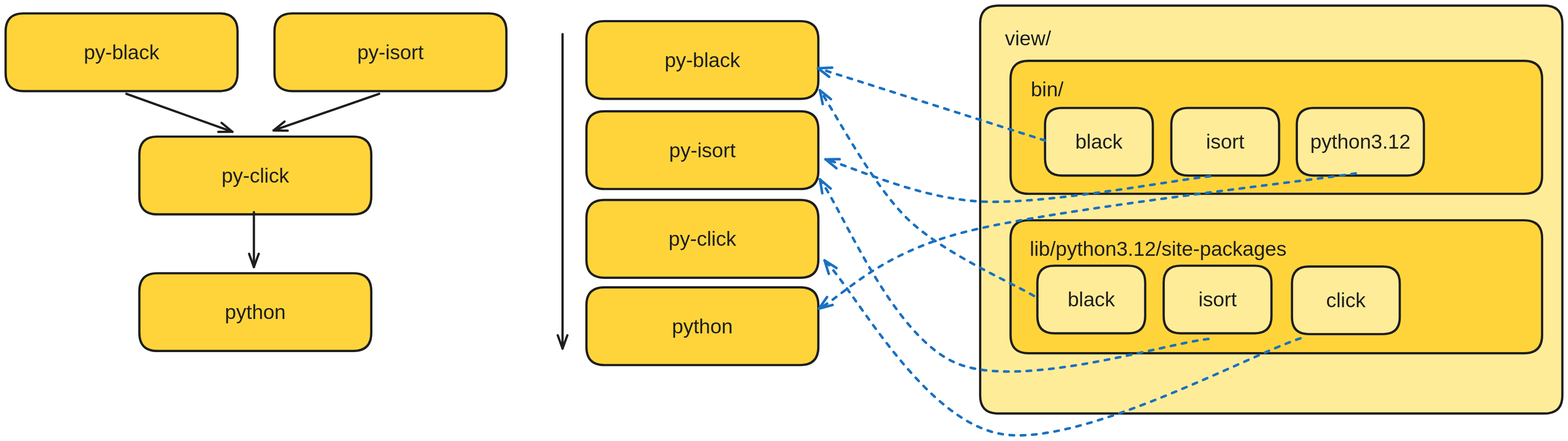
Before: dist/images/create-view.svg, a diagram exported from Excalidraw (spack/spack-cscs2024). Source tidied: one line per element, renumbered; positions are measured from the earlier drawing's top-left corner, leaving out a move shared by most shapes.
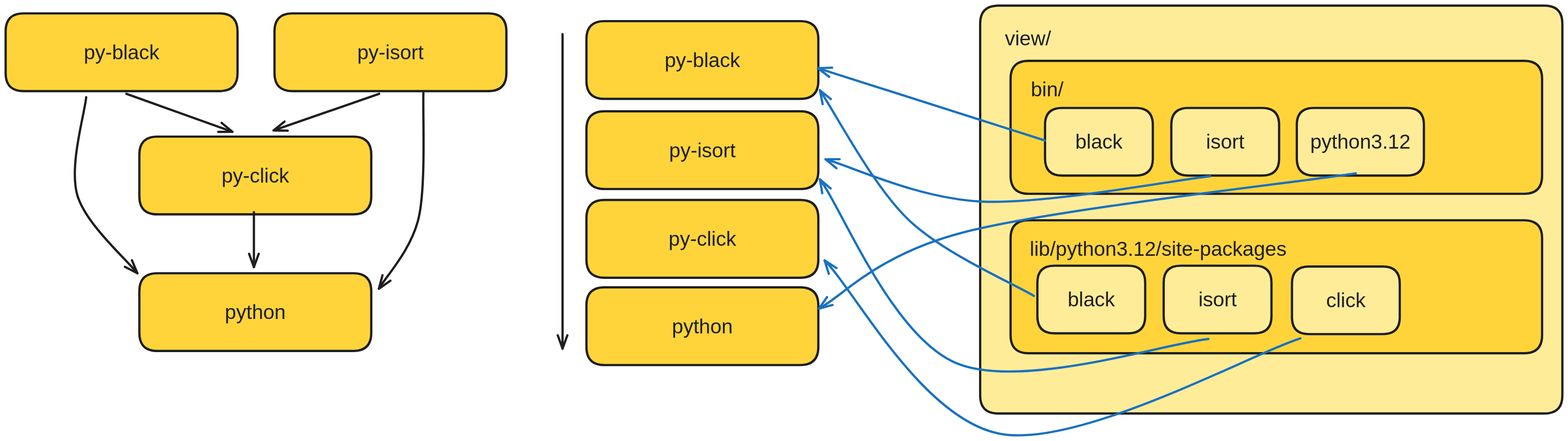
The same diagram one commit later.

The edit, as a diff of the source:
```diff
@@ -36,9 +36,11 @@
 {"id": 35, "type": "text", "text": "click", "strokeColor": "#1e1e1e", "backgroundColor": "#ffec99", "fillStyle": "solid", "strokeWidth": 4, "roughness": 0, "fontSize": 36, "fontFamily": 2, "textAlign": "center", "verticalAlign": "middle", "inside": 34, "x": 2345, "y": 502, "width": 70, "height": 41}
 {"id": 36, "type": "rectangle", "strokeColor": "#1e1e1e", "backgroundColor": "#ffec99", "fillStyle": "solid", "strokeWidth": 4, "roughness": 0, "round": true, "x": 2293, "y": 182, "width": 226, "height": 120}
 {"id": 37, "type": "text", "text": "python3.12", "strokeColor": "#1e1e1e", "backgroundColor": "#ffec99", "fillStyle": "solid", "strokeWidth": 4, "roughness": 0, "fontSize": 36, "fontFamily": 2, "textAlign": "center", "verticalAlign": "middle", "inside": 36, "x": 2317, "y": 221, "width": 178, "height": 41}
-{"id": 38, "type": "arrow", "strokeColor": "#1971c2", "backgroundColor": "#ffec99", "fillStyle": "solid", "strokeWidth": 4, "strokeStyle": "dashed", "roughness": 0, "endArrowhead": "arrow", "round": true, "from": 26, "to": 11, "x": 1846, "y": 239, "width": 403, "height": 128, "points": [[0, 0], [-403, -128]]}
+{"id": 38, "type": "arrow", "strokeColor": "#1971c2", "backgroundColor": "#ffec99", "fillStyle": "solid", "strokeWidth": 4, "roughness": 0, "endArrowhead": "arrow", "round": true, "from": 26, "to": 11, "x": 1846, "y": 239, "width": 403, "height": 128, "points": [[0, 0], [-403, -128]]}
-{"id": 39, "type": "arrow", "strokeColor": "#1971c2", "backgroundColor": "#ffec99", "fillStyle": "solid", "strokeWidth": 4, "strokeStyle": "dashed", "roughness": 0, "endArrowhead": "arrow", "round": true, "from": 28, "to": 13, "x": 2140, "y": 303, "width": 683, "height": 75, "points": [[0, 0], [-405, 45], [-683, -30]]}
+{"id": 39, "type": "arrow", "strokeColor": "#1971c2", "backgroundColor": "#ffec99", "fillStyle": "solid", "strokeWidth": 4, "roughness": 0, "endArrowhead": "arrow", "round": true, "from": 28, "to": 13, "x": 2140, "y": 303, "width": 683, "height": 75, "points": [[0, 0], [-405, 45], [-683, -30]]}
-{"id": 40, "type": "arrow", "strokeColor": "#1971c2", "backgroundColor": "#ffec99", "fillStyle": "solid", "strokeWidth": 4, "strokeStyle": "dashed", "roughness": 0, "endArrowhead": "arrow", "round": true, "from": 36, "to": 17, "x": 2398, "y": 298, "width": 953, "height": 240, "points": [[0, 0], [-692, 103], [-953, 240]]}
+{"id": 40, "type": "arrow", "strokeColor": "#1971c2", "backgroundColor": "#ffec99", "fillStyle": "solid", "strokeWidth": 4, "roughness": 0, "endArrowhead": "arrow", "round": true, "from": 36, "to": 17, "x": 2398, "y": 298, "width": 953, "height": 240, "points": [[0, 0], [-692, 103], [-953, 240]]}
-{"id": 41, "type": "arrow", "strokeColor": "#1971c2", "backgroundColor": "#ffec99", "fillStyle": "solid", "strokeWidth": 4, "strokeStyle": "dashed", "roughness": 0, "endArrowhead": "arrow", "round": true, "from": 30, "to": 11, "x": 1826, "y": 515, "width": 380, "height": 365, "points": [[0, 0], [-223, -136], [-380, -365]]}
+{"id": 41, "type": "arrow", "strokeColor": "#1971c2", "backgroundColor": "#ffec99", "fillStyle": "solid", "strokeWidth": 4, "roughness": 0, "endArrowhead": "arrow", "round": true, "from": 30, "to": 11, "x": 1826, "y": 515, "width": 380, "height": 365, "points": [[0, 0], [-223, -136], [-380, -365]]}
-{"id": 42, "type": "arrow", "strokeColor": "#1971c2", "backgroundColor": "#ffec99", "fillStyle": "solid", "strokeWidth": 4, "strokeStyle": "dashed", "roughness": 0, "endArrowhead": "arrow", "round": true, "from": 32, "to": 13, "x": 2136, "y": 592, "width": 690, "height": 327, "points": [[0, 0], [-447, 43], [-690, -283]]}
+{"id": 42, "type": "arrow", "strokeColor": "#1971c2", "backgroundColor": "#ffec99", "fillStyle": "solid", "strokeWidth": 4, "roughness": 0, "endArrowhead": "arrow", "round": true, "from": 32, "to": 13, "x": 2136, "y": 592, "width": 690, "height": 327, "points": [[0, 0], [-447, 43], [-690, -283]]}
-{"id": 43, "type": "arrow", "strokeColor": "#1971c2", "backgroundColor": "#ffec99", "fillStyle": "solid", "strokeWidth": 4, "strokeStyle": "dashed", "roughness": 0, "endArrowhead": "arrow", "round": true, "from": 34, "to": 15, "x": 2300, "y": 591, "width": 845, "height": 308, "points": [[0, 0], [-530, 170], [-845, -138]]}
+{"id": 43, "type": "arrow", "strokeColor": "#1971c2", "backgroundColor": "#ffec99", "fillStyle": "solid", "strokeWidth": 4, "roughness": 0, "endArrowhead": "arrow", "round": true, "from": 34, "to": 15, "x": 2300, "y": 591, "width": 845, "height": 308, "points": [[0, 0], [-530, 170], [-845, -138]]}
+{"id": 44, "type": "arrow", "strokeColor": "#1e1e1e", "backgroundColor": "#ffd43b", "fillStyle": "solid", "strokeWidth": 4, "roughness": 0, "endArrowhead": "arrow", "round": true, "from": 0, "to": 6, "x": 143, "y": 163, "width": 107, "height": 312, "points": [[0, 0], [-16, 174], [91, 312]]}
+{"id": 45, "type": "arrow", "strokeColor": "#1e1e1e", "backgroundColor": "#ffd43b", "fillStyle": "solid", "strokeWidth": 4, "roughness": 0, "endArrowhead": "arrow", "round": true, "from": 2, "to": 6, "x": 742, "y": 155, "width": 79, "height": 348, "points": [[0, 0], [-8, 221], [-79, 348]]}
```
